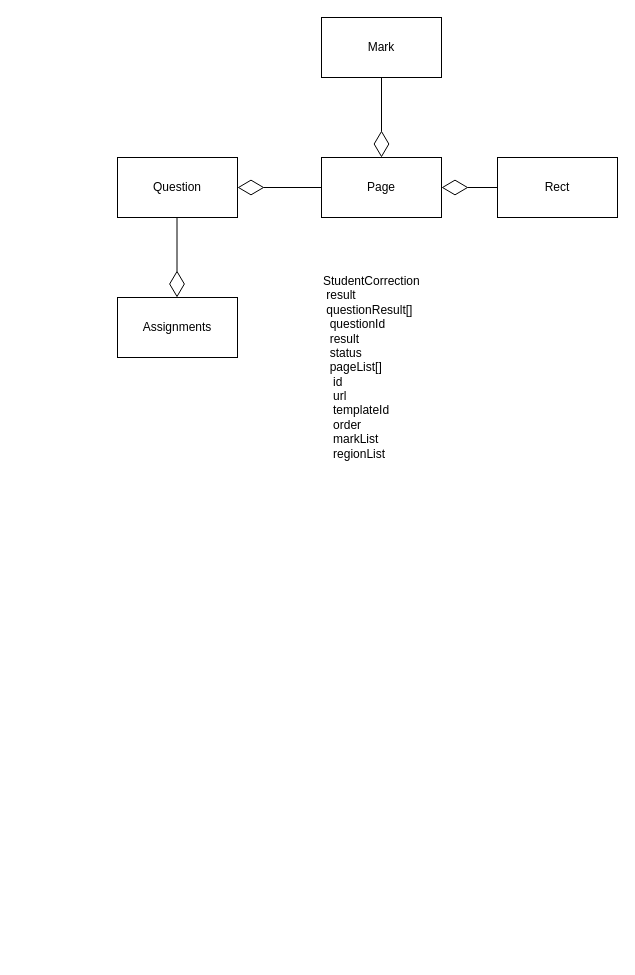
Before: page "作业管理" (4 of 4) of 智能作业.drawio in BestStars/diagram, a draw.io diagram. Source tidied: cells renumbered, new cells numbered last; positions are measured from the earlier drawing's top-left corner, leaving out a move shared by most shapes. Both pictures are drawn from the tidied source at 100%, with x=0, y=0 at pixel (117, 17).
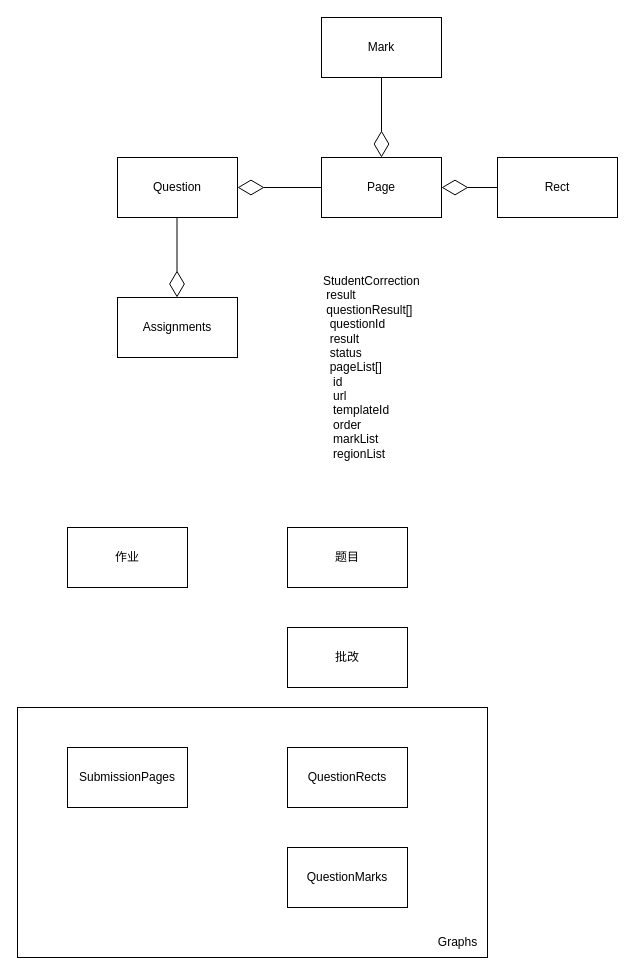
After the change.

Change to the diagram source:
```diff
@@
+    <mxCell id="12" style="whiteSpace=wrap;html=1;" parent="1" vertex="1">
+      <mxGeometry x="-100" y="690" width="470" height="250" as="geometry" />
+    </mxCell>
@@
+    <mxCell id="13" value="作业" style="whiteSpace=wrap;html=1;" parent="1" vertex="1">
+      <mxGeometry x="-50" y="510" width="120" height="60" as="geometry" />
+    </mxCell>
+    <mxCell id="14" value="题目" style="whiteSpace=wrap;html=1;" parent="1" vertex="1">
+      <mxGeometry x="170" y="510" width="120" height="60" as="geometry" />
+    </mxCell>
+    <mxCell id="15" value="批改" style="whiteSpace=wrap;html=1;" parent="1" vertex="1">
+      <mxGeometry x="170" y="610" width="120" height="60" as="geometry" />
+    </mxCell>
+    <mxCell id="16" value="SubmissionPages" style="whiteSpace=wrap;html=1;" parent="1" vertex="1">
+      <mxGeometry x="-50" y="730" width="120" height="60" as="geometry" />
+    </mxCell>
+    <mxCell id="17" value="QuestionRects" style="whiteSpace=wrap;html=1;" parent="1" vertex="1">
+      <mxGeometry x="170" y="730" width="120" height="60" as="geometry" />
+    </mxCell>
+    <mxCell id="18" value="QuestionMarks" style="whiteSpace=wrap;html=1;" parent="1" vertex="1">
+      <mxGeometry x="170" y="830" width="120" height="60" as="geometry" />
+    </mxCell>
+    <mxCell id="19" value="Graphs" style="text;html=1;align=center;verticalAlign=middle;strokeColor=none;fillColor=none;" parent="1" vertex="1">
+      <mxGeometry x="310" y="910" width="60" height="30" as="geometry" />
+    </mxCell>
```
